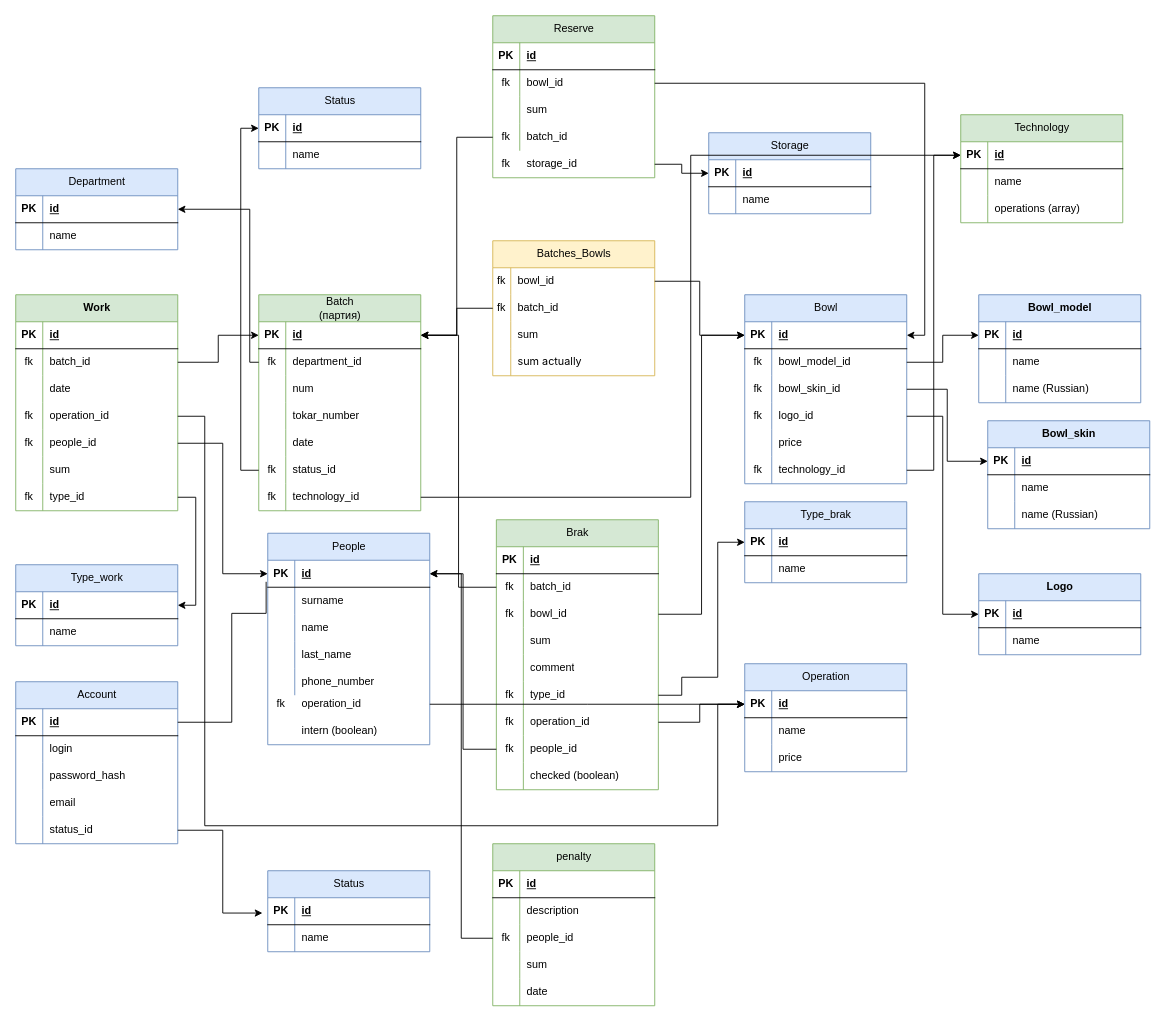
Above: CosmoCRM.drawio in OGdanik/db_diagrams (draw.io), before the change. Source tidied: cells renumbered, new cells numbered last; positions are measured from the earlier drawing's top-left corner, leaving out a move shared by most shapes. Both pictures are drawn from the tidied source at 90%, with x=0, y=0 at pixel (15, 15).
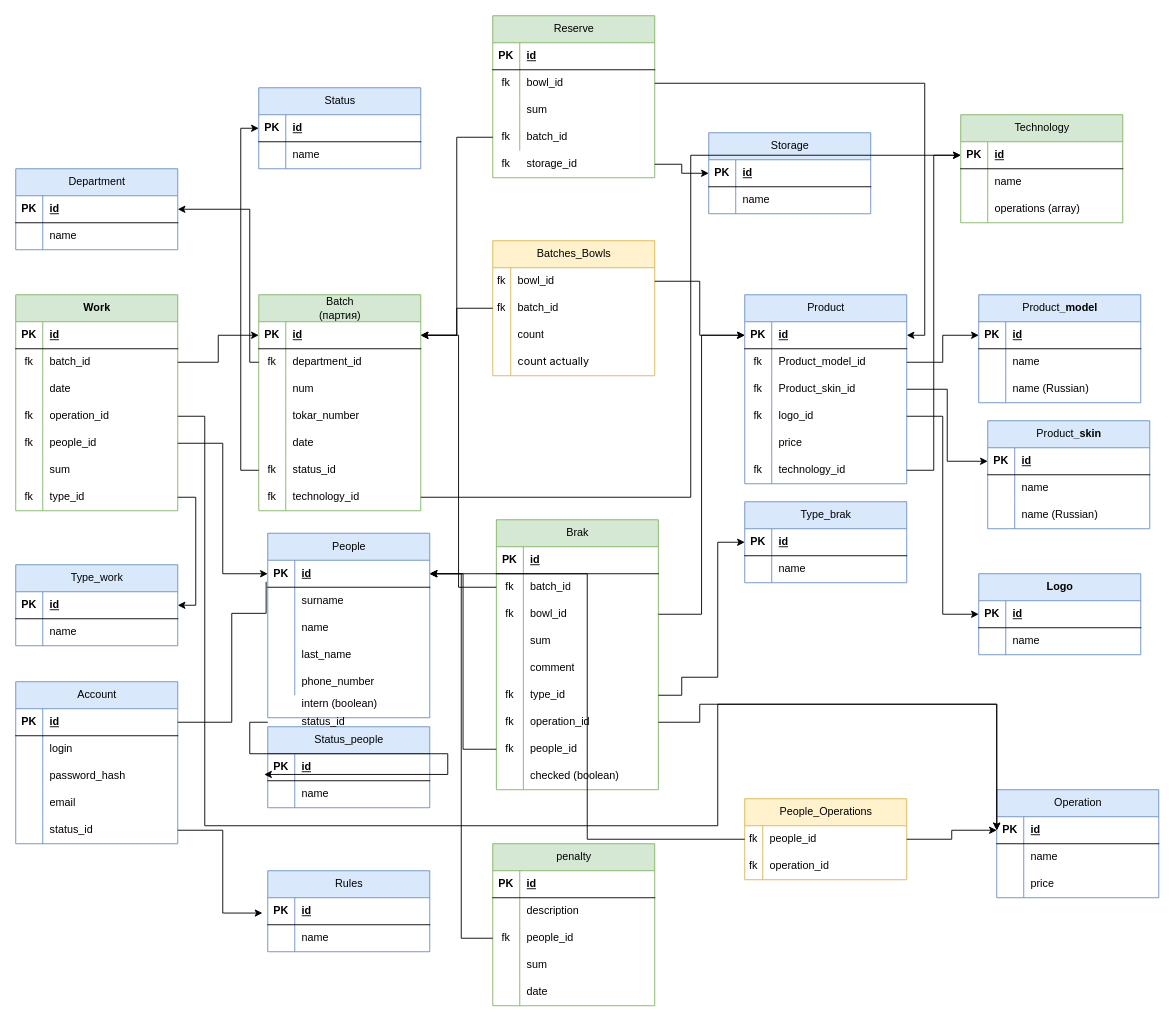
After the change.

Unchanged cells that the change refers to:
```xml
<mxCell id="31" style="shape=tableRow;horizontal=0;startSize=0;swimlaneHead=0;swimlaneBody=0;fillColor=none;top=0;left=0;right=0;bottom=0;" parent="24" vertex="1">
  <mxGeometry y="90" width="180" height="30" as="geometry" />
</mxCell>
<mxCell id="34" style="shape=tableRow;horizontal=0;startSize=0;swimlaneHead=0;swimlaneBody=0;fillColor=none;top=0;left=0;right=0;bottom=0;" parent="24" vertex="1">
  <mxGeometry y="120" width="180" height="30" as="geometry" />
</mxCell>
<mxCell id="41" style="shape=tableRow;horizontal=0;startSize=0;swimlaneHead=0;swimlaneBody=0;fillColor=none;points=[[0,0.5],[1,0.5]];portConstraint=eastwest;top=0;left=0;right=0;bottom=0;" parent="37" vertex="1">
  <mxGeometry y="60" width="180" height="30" as="geometry" />
</mxCell>
<mxCell id="44" style="shape=tableRow;horizontal=0;startSize=0;swimlaneHead=0;swimlaneBody=0;fillColor=none;points=[[0,0.5],[1,0.5]];portConstraint=eastwest;top=0;left=0;right=0;bottom=0;" parent="37" vertex="1">
  <mxGeometry y="90" width="180" height="30" as="geometry" />
</mxCell>
<mxCell id="89" style="shape=tableRow;horizontal=0;startSize=0;swimlaneHead=0;swimlaneBody=0;fillColor=none;points=[[0,0.5],[1,0.5]];portConstraint=eastwest;top=0;left=0;right=0;bottom=1;" parent="88" vertex="1">
  <mxGeometry y="30" width="180" height="30" as="geometry" />
</mxCell>
<mxCell id="100" style="shape=tableRow;horizontal=0;startSize=0;swimlaneHead=0;swimlaneBody=0;fillColor=none;points=[[0,0.5],[1,0.5]];portConstraint=eastwest;top=0;left=0;right=0;bottom=1;" parent="99" vertex="1">
  <mxGeometry y="30" width="180" height="30" as="geometry" />
</mxCell>
<mxCell id="268" style="shape=tableRow;horizontal=0;startSize=0;swimlaneHead=0;swimlaneBody=0;fillColor=none;points=[[0,0.5],[1,0.5]];portConstraint=eastwest;top=0;left=0;right=0;bottom=0;" parent="1" vertex="1">
  <mxGeometry x="280" y="750" width="180" height="30" as="geometry" />
</mxCell>
<mxCell id="271" style="shape=tableRow;horizontal=0;startSize=0;swimlaneHead=0;swimlaneBody=0;fillColor=none;top=0;left=0;right=0;bottom=0;" parent="1" vertex="1">
  <mxGeometry x="280" y="780" width="180" height="30" as="geometry" />
</mxCell>
```

The edit, as a diff of the source:
```diff
@@
-    <mxCell id="33" value="sum" style="shape=partialRectangle;fillColor=none;top=0;left=0;bottom=0;right=0;align=left;spacingLeft=6;overflow=hidden;whiteSpace=wrap;html=1;" parent="31" vertex="1">
+    <mxCell id="33" value="count" style="shape=partialRectangle;fillColor=none;top=0;left=0;bottom=0;right=0;align=left;spacingLeft=6;overflow=hidden;whiteSpace=wrap;html=1;" parent="31" vertex="1">
       <mxGeometry x="20" width="160" height="30" as="geometry" />
     </mxCell>
@@
-    <mxCell id="36" value="&lt;span style=&quot;font-family: &amp;quot;YS Text&amp;quot;, -apple-system, BlinkMacSystemFont, Arial, Helvetica, sans-serif; white-space-collapse: preserve; background-color: rgba(255, 255, 255, 0.05);&quot;&gt;sum actually&lt;/span&gt;" style="shape=partialRectangle;fillColor=none;top=0;left=0;bottom=0;right=0;align=left;spacingLeft=6;overflow=hidden;whiteSpace=wrap;html=1;" parent="34" vertex="1">
+    <mxCell id="36" value="&lt;span style=&quot;font-family: &amp;quot;YS Text&amp;quot;, -apple-system, BlinkMacSystemFont, Arial, Helvetica, sans-serif; white-space-collapse: preserve; background-color: rgba(255, 255, 255, 0.05);&quot;&gt;count actually&lt;/span&gt;" style="shape=partialRectangle;fillColor=none;top=0;left=0;bottom=0;right=0;align=left;spacingLeft=6;overflow=hidden;whiteSpace=wrap;html=1;" parent="34" vertex="1">
       <mxGeometry x="20" width="160" height="30" as="geometry" />
     </mxCell>
-    <mxCell id="37" value="&lt;span style=&quot;font-weight: 400; text-wrap: wrap;&quot;&gt;Bowl&lt;/span&gt;" style="shape=table;startSize=30;childLayout=tableLayout;rowLines=0;fontStyle=1;align=center;html=1;fillColor=#dae8fc;strokeColor=#6c8ebf;" parent="1" vertex="1">
+    <mxCell id="37" value="&lt;span style=&quot;font-weight: 400; text-wrap: wrap;&quot;&gt;Product&lt;/span&gt;" style="shape=table;startSize=30;childLayout=tableLayout;rowLines=0;fontStyle=1;align=center;html=1;fillColor=#dae8fc;strokeColor=#6c8ebf;" parent="1" vertex="1">
       <mxGeometry x="810" y="310" width="180" height="210" as="geometry" />
     </mxCell>
@@
-    <mxCell id="43" value="bowl_model_id" style="shape=partialRectangle;fillColor=none;top=0;left=0;bottom=0;right=0;align=left;spacingLeft=6;overflow=hidden;whiteSpace=wrap;html=1;" parent="41" vertex="1">
+    <mxCell id="43" value="&lt;span style=&quot;text-align: center;&quot;&gt;Product&lt;/span&gt;_model_id" style="shape=partialRectangle;fillColor=none;top=0;left=0;bottom=0;right=0;align=left;spacingLeft=6;overflow=hidden;whiteSpace=wrap;html=1;" parent="41" vertex="1">
       <mxGeometry x="30" width="150" height="30" as="geometry" />
     </mxCell>
@@
-    <mxCell id="46" value="bowl_skin_id" style="shape=partialRectangle;fillColor=none;top=0;left=0;bottom=0;right=0;align=left;spacingLeft=6;overflow=hidden;whiteSpace=wrap;html=1;" parent="44" vertex="1">
+    <mxCell id="46" value="&lt;span style=&quot;text-align: center;&quot;&gt;Product&lt;/span&gt;_skin_id" style="shape=partialRectangle;fillColor=none;top=0;left=0;bottom=0;right=0;align=left;spacingLeft=6;overflow=hidden;whiteSpace=wrap;html=1;" parent="44" vertex="1">
       <mxGeometry x="30" width="150" height="30" as="geometry" />
     </mxCell>
@@
     <mxCell id="88" value="&lt;span style=&quot;font-weight: 400; text-wrap: wrap;&quot;&gt;Operation&lt;/span&gt;" style="shape=table;startSize=30;childLayout=tableLayout;rowLines=0;fontStyle=1;align=center;html=1;fillColor=#dae8fc;strokeColor=#6c8ebf;" parent="1" vertex="1">
-      <mxGeometry x="810" y="720" width="180" height="120" as="geometry" />
+      <mxGeometry x="1090" y="860" width="180" height="120" as="geometry" />
     </mxCell>
@@
     <mxCell id="99" value="&lt;span style=&quot;font-weight: 400; text-wrap: wrap;&quot;&gt;People&lt;/span&gt;" style="shape=table;startSize=30;childLayout=tableLayout;rowLines=0;fontStyle=1;align=center;html=1;fillColor=#dae8fc;strokeColor=#6c8ebf;" parent="1" vertex="1">
-      <mxGeometry x="280" y="575" width="180" height="235" as="geometry" />
+      <mxGeometry x="280" y="575" width="180" height="205" as="geometry" />
     </mxCell>
@@
-    <mxCell id="157" value="Bowl_model" style="shape=table;startSize=30;childLayout=tableLayout;rowLines=0;fontStyle=1;align=center;html=1;fillColor=#dae8fc;strokeColor=#6c8ebf;" parent="1" vertex="1">
+    <mxCell id="157" value="&lt;span style=&quot;font-weight: 400; text-wrap: wrap;&quot;&gt;Product&lt;/span&gt;_model" style="shape=table;startSize=30;childLayout=tableLayout;rowLines=0;fontStyle=1;align=center;html=1;fillColor=#dae8fc;strokeColor=#6c8ebf;" parent="1" vertex="1">
       <mxGeometry x="1070" y="310" width="180" height="120" as="geometry" />
     </mxCell>
@@
-    <mxCell id="168" value="Bowl_skin" style="shape=table;startSize=30;childLayout=tableLayout;rowLines=0;fontStyle=1;align=center;html=1;fillColor=#dae8fc;strokeColor=#6c8ebf;" parent="1" vertex="1">
+    <mxCell id="168" value="&lt;span style=&quot;font-weight: 400; text-wrap: wrap;&quot;&gt;Product&lt;/span&gt;_skin" style="shape=table;startSize=30;childLayout=tableLayout;rowLines=0;fontStyle=1;align=center;html=1;fillColor=#dae8fc;strokeColor=#6c8ebf;" parent="1" vertex="1">
       <mxGeometry x="1080" y="450" width="180" height="120" as="geometry" />
     </mxCell>
@@
-    <mxCell id="237" value="&lt;span style=&quot;font-weight: 400; text-wrap: wrap;&quot;&gt;Status&lt;/span&gt;" style="shape=table;startSize=30;childLayout=tableLayout;rowLines=0;fontStyle=1;align=center;html=1;fillColor=#dae8fc;strokeColor=#6c8ebf;" parent="1" vertex="1">
+    <mxCell id="237" value="&lt;span style=&quot;font-weight: 400; text-wrap: wrap;&quot;&gt;Rules&lt;/span&gt;" style="shape=table;startSize=30;childLayout=tableLayout;rowLines=0;fontStyle=1;align=center;html=1;fillColor=#dae8fc;strokeColor=#6c8ebf;" parent="1" vertex="1">
       <mxGeometry x="280" y="950" width="180" height="90" as="geometry" />
     </mxCell>
@@
-    <mxCell id="267" style="edgeStyle=orthogonalEdgeStyle;rounded=0;jettySize=auto;html=1;" parent="1" edge="1" source="268">
-      <mxGeometry relative="1" as="geometry">
-        <mxPoint x="810" y="765" as="targetPoint" />
-      </mxGeometry>
-    </mxCell>
@@
-    <mxCell id="269" value="fk" style="shape=partialRectangle;fillColor=none;top=0;left=0;bottom=0;right=0;overflow=hidden;whiteSpace=wrap;html=1;" parent="268" vertex="1">
-      <mxGeometry width="30" height="30" as="geometry" />
-    </mxCell>
-    <mxCell id="270" value="operation_id" style="shape=partialRectangle;fillColor=none;top=0;left=0;bottom=0;right=0;align=left;spacingLeft=6;overflow=hidden;whiteSpace=wrap;html=1;" parent="268" vertex="1">
-      <mxGeometry x="30" width="150" height="30" as="geometry" />
-    </mxCell>
@@
-    <mxCell id="273" value="intern (boolean)" style="shape=partialRectangle;fillColor=none;top=0;left=0;bottom=0;right=0;align=left;spacingLeft=6;overflow=hidden;whiteSpace=wrap;html=1;" parent="271" vertex="1">
-      <mxGeometry x="30" width="150" height="30" as="geometry" />
-    </mxCell>
@@
+    <mxCell id="291" value="&lt;span style=&quot;font-weight: 400; text-wrap: wrap;&quot;&gt;People_Operations&lt;/span&gt;" style="shape=table;startSize=30;childLayout=tableLayout;rowLines=0;fontStyle=1;align=center;html=1;fillColor=#fff2cc;strokeColor=#d6b656;" parent="1" vertex="1">
+      <mxGeometry x="810" y="870" width="180" height="90" as="geometry" />
+    </mxCell>
+    <mxCell id="292" style="shape=tableRow;horizontal=0;startSize=0;swimlaneHead=0;swimlaneBody=0;fillColor=none;points=[[0,0.5],[1,0.5]];portConstraint=eastwest;top=0;left=0;right=0;bottom=0;" parent="291" vertex="1">
+      <mxGeometry y="30" width="180" height="30" as="geometry" />
+    </mxCell>
+    <mxCell id="293" value="fk" style="shape=partialRectangle;fillColor=none;top=0;left=0;bottom=0;right=0;overflow=hidden;whiteSpace=wrap;html=1;" parent="292" vertex="1">
+      <mxGeometry width="20" height="30" as="geometry" />
+    </mxCell>
+    <mxCell id="294" value="people_id" style="shape=partialRectangle;fillColor=none;top=0;left=0;bottom=0;right=0;align=left;spacingLeft=6;overflow=hidden;whiteSpace=wrap;html=1;" parent="292" vertex="1">
+      <mxGeometry x="20" width="160" height="30" as="geometry" />
+    </mxCell>
+    <mxCell id="295" style="shape=tableRow;horizontal=0;startSize=0;swimlaneHead=0;swimlaneBody=0;fillColor=none;top=0;left=0;right=0;bottom=0;" parent="291" vertex="1">
+      <mxGeometry y="60" width="180" height="30" as="geometry" />
+    </mxCell>
+    <mxCell id="296" value="fk" style="shape=partialRectangle;fillColor=none;top=0;left=0;bottom=0;right=0;overflow=hidden;whiteSpace=wrap;html=1;" parent="295" vertex="1">
+      <mxGeometry width="20" height="30" as="geometry" />
+    </mxCell>
+    <mxCell id="270" value="operation_id" style="shape=partialRectangle;fillColor=none;top=0;left=0;bottom=0;right=0;align=left;spacingLeft=6;overflow=hidden;whiteSpace=wrap;html=1;" parent="295" vertex="1">
+      <mxGeometry x="20" width="160" height="30" as="geometry" />
+    </mxCell>
+    <mxCell id="297" style="edgeStyle=orthogonalEdgeStyle;rounded=0;jettySize=auto;html=1;entryX=1;entryY=0.5;entryDx=0;entryDy=0;" parent="1" edge="1" source="292" target="100">
+      <mxGeometry relative="1" as="geometry" />
+    </mxCell>
+    <mxCell id="298" style="edgeStyle=orthogonalEdgeStyle;rounded=0;jettySize=auto;html=1;" parent="1" edge="1" source="292" target="89">
+      <mxGeometry relative="1" as="geometry" />
+    </mxCell>
+    <mxCell id="273" value="intern (boolean)" style="shape=partialRectangle;fillColor=none;top=0;left=0;bottom=0;right=0;align=left;spacingLeft=6;overflow=hidden;whiteSpace=wrap;html=1;" parent="1" vertex="1">
+      <mxGeometry x="310" y="750" width="150" height="30" as="geometry" />
+    </mxCell>
+    <mxCell id="299" value="&lt;span style=&quot;font-weight: 400; text-wrap: wrap;&quot;&gt;Status_people&lt;/span&gt;" style="shape=table;startSize=30;childLayout=tableLayout;rowLines=0;fontStyle=1;align=center;html=1;fillColor=#dae8fc;strokeColor=#6c8ebf;" parent="1" vertex="1">
+      <mxGeometry x="280" y="790" width="180" height="90" as="geometry" />
+    </mxCell>
+    <mxCell id="300" style="shape=tableRow;horizontal=0;startSize=0;swimlaneHead=0;swimlaneBody=0;fillColor=none;points=[[0,0.5],[1,0.5]];portConstraint=eastwest;top=0;left=0;right=0;bottom=1;" parent="299" vertex="1">
+      <mxGeometry y="30" width="180" height="30" as="geometry" />
+    </mxCell>
+    <mxCell id="301" value="PK" style="shape=partialRectangle;fillColor=none;top=0;left=0;bottom=0;right=0;fontStyle=1;overflow=hidden;whiteSpace=wrap;html=1;" parent="300" vertex="1">
+      <mxGeometry width="30" height="30" as="geometry" />
+    </mxCell>
+    <mxCell id="302" value="id" style="shape=partialRectangle;fillColor=none;top=0;left=0;bottom=0;right=0;align=left;spacingLeft=6;fontStyle=5;overflow=hidden;whiteSpace=wrap;html=1;" parent="300" vertex="1">
+      <mxGeometry x="30" width="150" height="30" as="geometry" />
+    </mxCell>
+    <mxCell id="303" style="shape=tableRow;horizontal=0;startSize=0;swimlaneHead=0;swimlaneBody=0;fillColor=none;top=0;left=0;right=0;bottom=0;" parent="299" vertex="1">
+      <mxGeometry y="60" width="180" height="30" as="geometry" />
+    </mxCell>
+    <mxCell id="304" style="shape=partialRectangle;fillColor=none;top=0;left=0;bottom=0;right=0;overflow=hidden;whiteSpace=wrap;html=1;" parent="303" vertex="1">
+      <mxGeometry width="30" height="30" as="geometry" />
+    </mxCell>
+    <mxCell id="305" value="name" style="shape=partialRectangle;fillColor=none;top=0;left=0;bottom=0;right=0;align=left;spacingLeft=6;overflow=hidden;whiteSpace=wrap;html=1;" parent="303" vertex="1">
+      <mxGeometry x="30" width="150" height="30" as="geometry" />
+    </mxCell>
+    <mxCell id="306" style="shape=tableRow;horizontal=0;startSize=0;swimlaneHead=0;swimlaneBody=0;fillColor=none;points=[[0,0.5],[1,0.5]];portConstraint=eastwest;top=0;left=0;right=0;bottom=0;" parent="1" vertex="1">
+      <mxGeometry x="280" y="770" width="180" height="30" as="geometry" />
+    </mxCell>
+    <mxCell id="307" style="shape=partialRectangle;fillColor=none;top=0;left=0;bottom=0;right=0;overflow=hidden;whiteSpace=wrap;html=1;" parent="306" vertex="1">
+      <mxGeometry width="30" height="30" as="geometry" />
+    </mxCell>
+    <mxCell id="308" value="status_id" style="shape=partialRectangle;fillColor=none;top=0;left=0;bottom=0;right=0;align=left;spacingLeft=6;overflow=hidden;whiteSpace=wrap;html=1;" parent="306" vertex="1">
+      <mxGeometry x="30" width="150" height="30" as="geometry" />
+    </mxCell>
+    <mxCell id="309" style="edgeStyle=orthogonalEdgeStyle;rounded=0;jettySize=auto;html=1;entryX=-0.022;entryY=0.767;entryDx=0;entryDy=0;entryPerimeter=0;" parent="1" edge="1" source="306" target="300">
+      <mxGeometry relative="1" as="geometry" />
+    </mxCell>
```
